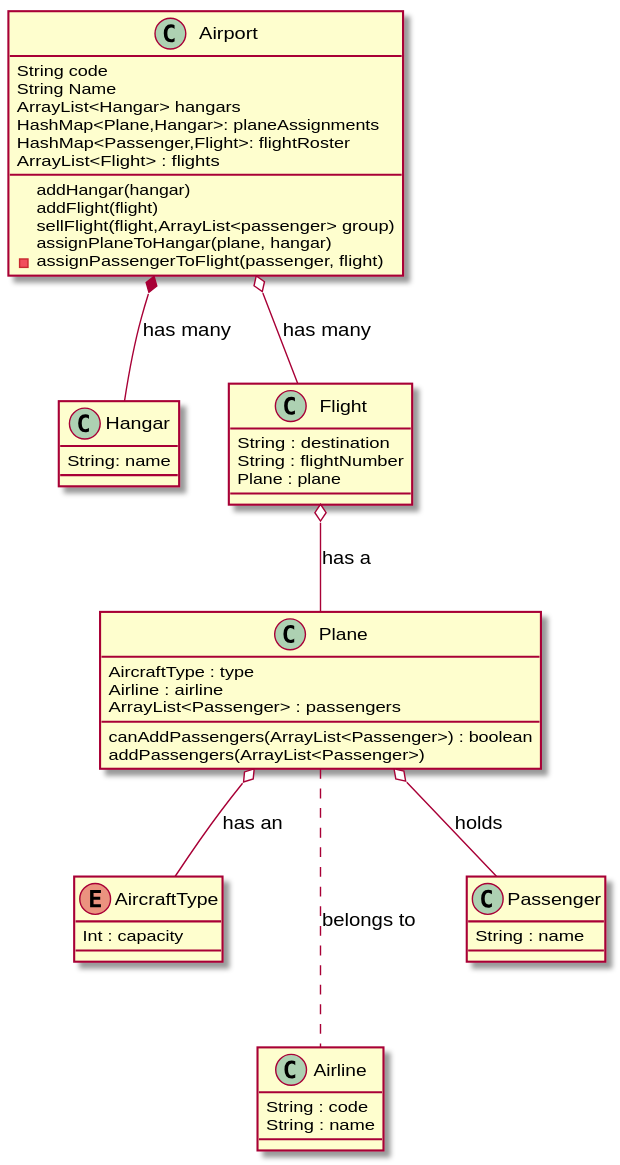
Earlier version of the PlantUML export design/diagram.svg (stevefaeembra/week-11-hw).
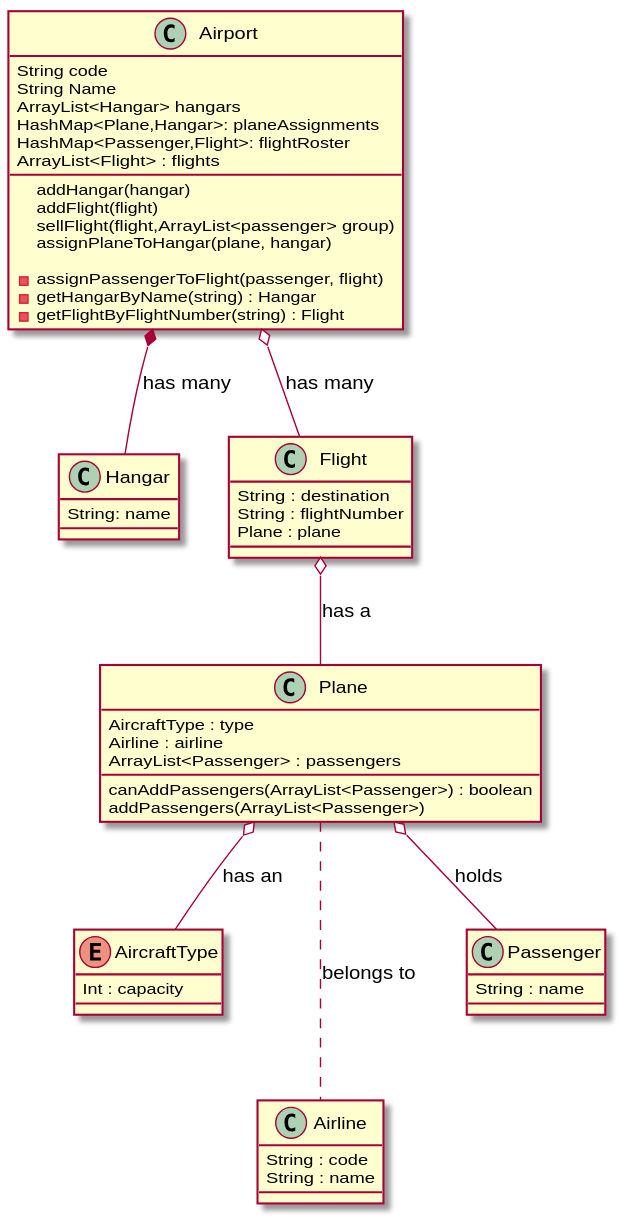
The same diagram one commit later.

The edit, as a diff of the source:
```diff
@@ -6,11 +6,16 @@
   HashMap<Plane,Hangar>: planeAssignments
   HashMap<Passenger,Flight>: flightRoster
   ArrayList<Flight> : flights
+
   addHangar(hangar)
   addFlight(flight)
   sellFlight(flight,ArrayList<passenger> group)
   assignPlaneToHangar(plane, hangar)
-  -assignPassengerToFlight(passenger, flight)
+
+  - assignPassengerToFlight(passenger, flight)
+  - getHangarByName(string) : Hangar
+  - getFlightByFlightNumber(string) : Flight
+
 }
 
 class Hangar {
```
